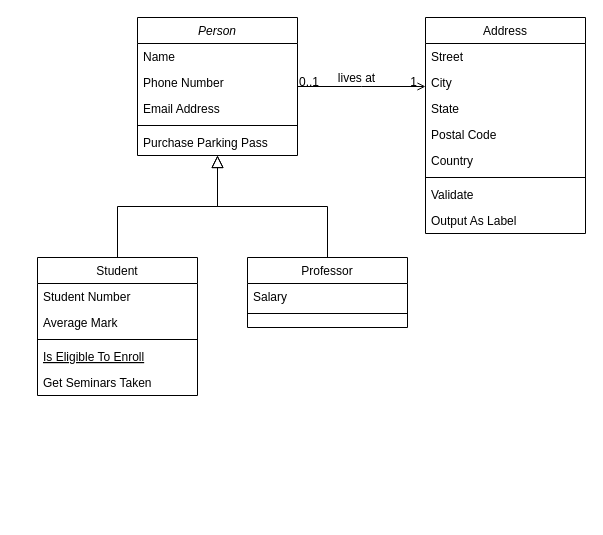
The draw.io diagram Untitled Diagram.drawio in zqwzhao/GitRepo, before the edit. Source tidied: cells renumbered, new cells numbered last; positions are measured from the earlier drawing's top-left corner, leaving out a move shared by most shapes. Both pictures are drawn from the tidied source at 100%, with x=0, y=0 at pixel (37, 17).
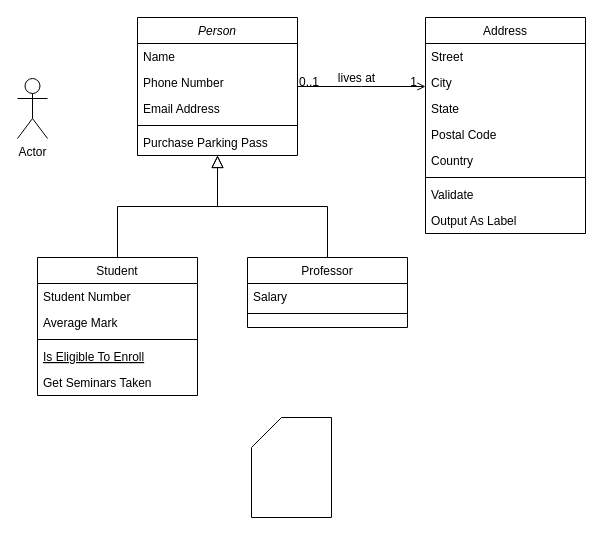
Above is the later version.

Change to the diagram source:
```diff
@@
+    <mxCell id="32" style="shape=card;whiteSpace=wrap;html=1;" parent="1" vertex="1">
+      <mxGeometry x="214" y="400" width="80" height="100" as="geometry" />
+    </mxCell>
+    <mxCell id="33" value="Actor" style="shape=umlActor;verticalLabelPosition=bottom;verticalAlign=top;html=1;" parent="1" vertex="1">
+      <mxGeometry x="-20" y="61" width="30" height="60" as="geometry" />
+    </mxCell>
```
